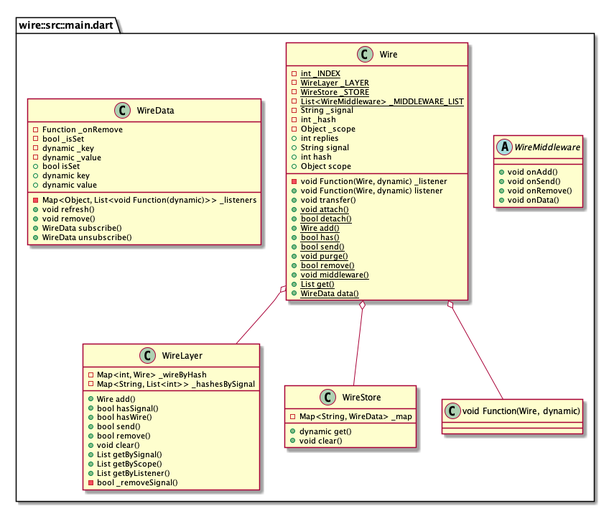
Above: uml/configuration.png in WiresWare/wire_dart (PlantUML), before the change.
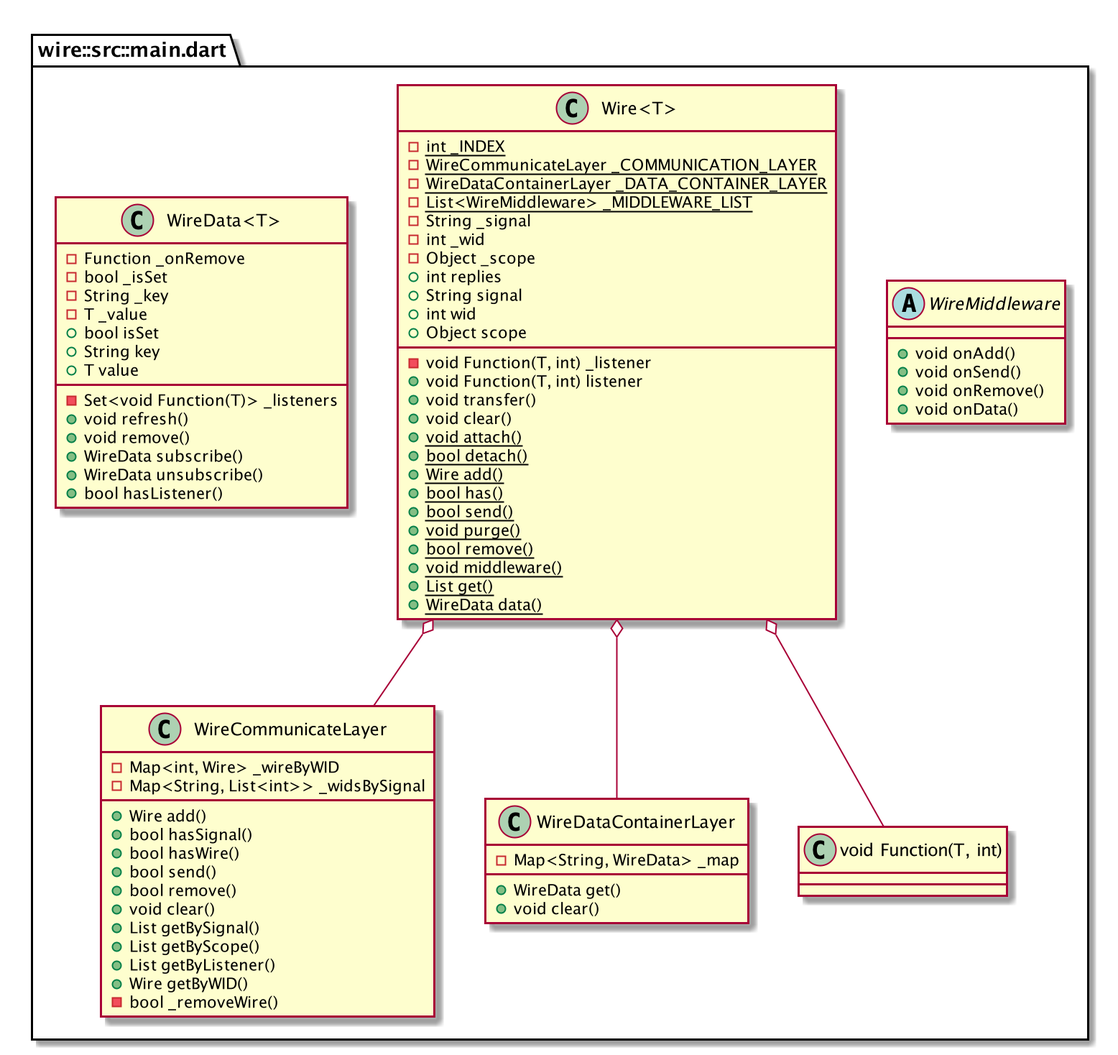
After the commit.

Change to the diagram source:
```diff
@@ -8,21 +8,22 @@
   +void onData()
 }
 
-class "wire::src::main.dart::Wire" {
+class "wire::src::main.dart::Wire<T>" {
   {static} -int _INDEX
-  {static} -WireLayer _LAYER
-  {static} -WireStore _STORE
+  {static} -WireCommunicateLayer _COMMUNICATION_LAYER
+  {static} -WireDataContainerLayer _DATA_CONTAINER_LAYER
   {static} -List<WireMiddleware> _MIDDLEWARE_LIST
   -String _signal
-  -void Function(Wire, dynamic) _listener
-  -int _hash
+  -void Function(T, int) _listener
+  -int _wid
   -Object _scope
   +int replies
   +String signal
-  +void Function(Wire, dynamic) listener
-  +int hash
+  +void Function(T, int) listener
+  +int wid
   +Object scope
   +void transfer()
+  +void clear()
   {static} +void attach()
   {static} +bool detach()
   {static} +Wire add()
@@ -35,19 +36,13 @@
   {static} +WireData data()
 }
 
-"wire::src::main.dart::Wire" o-- "wire::src::main.dart::WireLayer"
-"wire::src::main.dart::Wire" o-- "wire::src::main.dart::WireStore"
-"wire::src::main.dart::Wire" o-- "wire::src::main.dart::void Function(Wire, dynamic)"
+"wire::src::main.dart::Wire<T>" o-- "wire::src::main.dart::WireCommunicateLayer"
+"wire::src::main.dart::Wire<T>" o-- "wire::src::main.dart::WireDataContainerLayer"
+"wire::src::main.dart::Wire<T>" o-- "wire::src::main.dart::void Function(T, int)"
 
-class "wire::src::main.dart::WireStore" {
-  -Map<String, WireData> _map
-  +dynamic get()
-  +void clear()
-}
-
-class "wire::src::main.dart::WireLayer" {
-  -Map<int, Wire> _wireByHash
-  -Map<String, List<int>> _hashesBySignal
+class "wire::src::main.dart::WireCommunicateLayer" {
+  -Map<int, Wire> _wireByWID
+  -Map<String, List<int>> _widsBySignal
   +Wire add()
   +bool hasSignal()
   +bool hasWire()
@@ -57,22 +52,30 @@
   +List getBySignal()
   +List getByScope()
   +List getByListener()
-  -bool _removeSignal()
+  +Wire getByWID()
+  -bool _removeWire()
 }
 
-class "wire::src::main.dart::WireData" {
+class "wire::src::main.dart::WireDataContainerLayer" {
+  -Map<String, WireData> _map
+  +WireData get()
+  +void clear()
+}
+
+class "wire::src::main.dart::WireData<T>" {
   -Function _onRemove
-  -Map<Object, List<void Function(dynamic)>> _listeners
+  -Set<void Function(T)> _listeners
   -bool _isSet
-  -dynamic _key
-  -dynamic _value
+  -String _key
+  -T _value
   +bool isSet
-  +dynamic key
-  +dynamic value
+  +String key
+  +T value
   +void refresh()
   +void remove()
   +WireData subscribe()
   +WireData unsubscribe()
+  +bool hasListener()
 }
 
 
```
